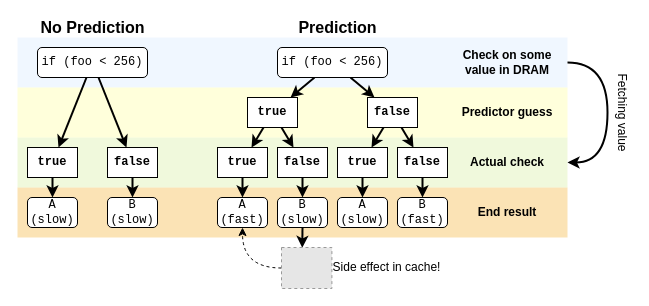
willfindlay/COMP5900X-TrustedComputing keeps this draw.io diagram as discussion_lead/week5/slides/figs/drawio/prediction.drawio. Above is the earlier version. Source tidied: cells renumbered, new cells numbered last; positions are measured from the earlier drawing's top-left corner, leaving out a move shared by most shapes. Both pictures are drawn from the tidied source at 100%, with x=0, y=0 at pixel (17, 17). Pictures stored in the file or linked from it are replaced by grey dashed boxes.
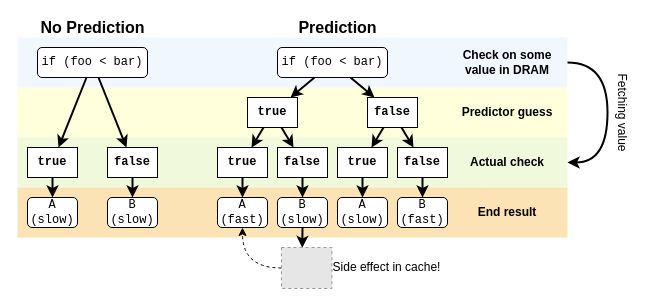
After the change.

Change to the diagram source:
```diff
@@
-    <mxCell id="8" value="if (foo &amp;lt; 256)" style="rounded=1;whiteSpace=wrap;html=1;fontFamily=Courier New;fontSize=12;align=center;" parent="1" vertex="1">
+    <mxCell id="8" value="if (foo &amp;lt; bar)" style="rounded=1;whiteSpace=wrap;html=1;fontFamily=Courier New;fontSize=12;align=center;" parent="1" vertex="1">
       <mxGeometry x="20" y="30" width="110" height="30" as="geometry" />
     </mxCell>
@@
-    <mxCell id="17" value="if (foo &amp;lt; 256)" style="rounded=1;whiteSpace=wrap;html=1;fontFamily=Courier New;fontSize=12;align=center;" parent="1" vertex="1">
+    <mxCell id="17" value="if (foo &amp;lt; bar)" style="rounded=1;whiteSpace=wrap;html=1;fontFamily=Courier New;fontSize=12;align=center;" parent="1" vertex="1">
       <mxGeometry x="260" y="30" width="110" height="30" as="geometry" />
     </mxCell>
```
